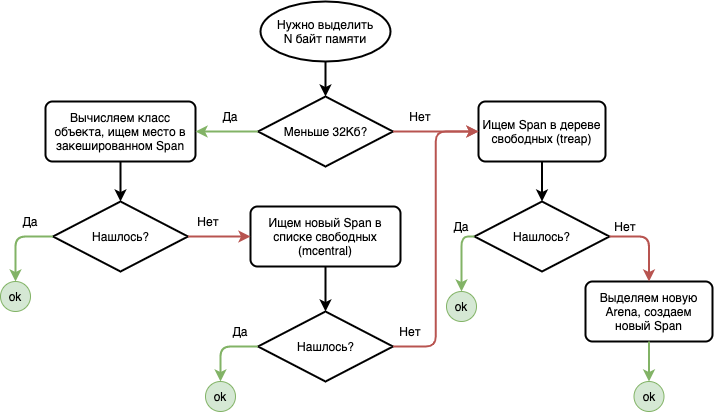
Above: webinars/16-internals-memory-v2/img/alloc_algo.png in OtusGolang/webinars (draw.io), before the change. Source tidied: cells renumbered, new cells last; positions are measured from the earlier drawing's top-left corner, leaving out a move shared by most shapes. Its diagram source:
```xml
<mxGraphModel>
  <root>
    <mxCell id="0" />
    <mxCell id="1" parent="0" />
    <mxCell id="2" value="Нужно выделить&lt;br&gt;N байт памяти" style="strokeWidth=2;html=1;shape=mxgraph.flowchart.start_1;whiteSpace=wrap;" parent="1" vertex="1">
      <mxGeometry x="260" width="130" height="60" as="geometry" />
    </mxCell>
    <mxCell id="3" value="Меньше 32Кб?" style="strokeWidth=2;html=1;shape=mxgraph.flowchart.decision;whiteSpace=wrap;" parent="1" vertex="1">
      <mxGeometry x="257.5" y="95" width="135" height="70" as="geometry" />
    </mxCell>
    <mxCell id="4" value="Ищем Span в дереве свободных (treap)" style="rounded=1;whiteSpace=wrap;html=1;absoluteArcSize=1;arcSize=14;strokeWidth=2;" parent="1" vertex="1">
      <mxGeometry x="478" y="100" width="127" height="60" as="geometry" />
    </mxCell>
    <mxCell id="5" value="Нашлось?" style="strokeWidth=2;html=1;shape=mxgraph.flowchart.decision;whiteSpace=wrap;" parent="1" vertex="1">
      <mxGeometry x="474" y="200" width="135" height="70" as="geometry" />
    </mxCell>
    <mxCell id="6" value="Вычисляем класс объекта, ищем место в закешированном Span" style="rounded=1;whiteSpace=wrap;html=1;absoluteArcSize=1;arcSize=14;strokeWidth=2;" parent="1" vertex="1">
      <mxGeometry x="45" y="100" width="150" height="60" as="geometry" />
    </mxCell>
    <mxCell id="7" value="Нашлось?" style="strokeWidth=2;html=1;shape=mxgraph.flowchart.decision;whiteSpace=wrap;" parent="1" vertex="1">
      <mxGeometry x="52.5" y="200" width="135" height="70" as="geometry" />
    </mxCell>
    <mxCell id="8" value="Ищем новый Span в списке свободных (mcentral)" style="rounded=1;whiteSpace=wrap;html=1;absoluteArcSize=1;arcSize=14;strokeWidth=2;" parent="1" vertex="1">
      <mxGeometry x="250" y="205" width="150" height="60" as="geometry" />
    </mxCell>
    <mxCell id="9" value="Нашлось?" style="strokeWidth=2;html=1;shape=mxgraph.flowchart.decision;whiteSpace=wrap;" parent="1" vertex="1">
      <mxGeometry x="257.5" y="310" width="135" height="70" as="geometry" />
    </mxCell>
    <mxCell id="10" value="Выделяем новую Arena, создаем&lt;br&gt;новый Span" style="rounded=1;whiteSpace=wrap;html=1;absoluteArcSize=1;arcSize=14;strokeWidth=2;" parent="1" vertex="1">
      <mxGeometry x="585" y="280" width="127" height="60" as="geometry" />
    </mxCell>
    <mxCell id="11" style="endArrow=classic;html=1;entryX=0.5;entryY=0;entryDx=0;entryDy=0;entryPerimeter=0;exitX=0.5;exitY=1;exitDx=0;exitDy=0;exitPerimeter=0;strokeWidth=2;" parent="1" edge="1" source="2" target="3">
      <mxGeometry relative="1" as="geometry" />
    </mxCell>
    <mxCell id="12" style="endArrow=classic;html=1;entryX=0;entryY=0.5;entryDx=0;entryDy=0;exitX=1;exitY=0.5;exitDx=0;exitDy=0;exitPerimeter=0;strokeWidth=2;fillColor=#f8cecc;strokeColor=#b85450;" parent="1" edge="1" source="3" target="4">
      <mxGeometry relative="1" as="geometry" />
    </mxCell>
    <mxCell id="13" style="endArrow=classic;html=1;entryX=1;entryY=0.5;entryDx=0;entryDy=0;exitX=0;exitY=0.5;exitDx=0;exitDy=0;exitPerimeter=0;strokeWidth=2;fillColor=#d5e8d4;strokeColor=#82b366;" parent="1" edge="1" source="3" target="6">
      <mxGeometry relative="1" as="geometry" />
    </mxCell>
    <mxCell id="14" style="endArrow=classic;html=1;exitX=0.5;exitY=1;exitDx=0;exitDy=0;entryX=0.5;entryY=0;entryDx=0;entryDy=0;entryPerimeter=0;strokeWidth=2;" parent="1" edge="1" source="6" target="7">
      <mxGeometry relative="1" as="geometry" />
    </mxCell>
    <mxCell id="15" style="endArrow=classic;html=1;exitX=0.5;exitY=1;exitDx=0;exitDy=0;entryX=0.5;entryY=0;entryDx=0;entryDy=0;entryPerimeter=0;strokeWidth=2;" parent="1" edge="1" source="4" target="5">
      <mxGeometry relative="1" as="geometry" />
    </mxCell>
    <mxCell id="16" style="endArrow=classic;html=1;exitX=0.5;exitY=1;exitDx=0;exitDy=0;entryX=0.5;entryY=0;entryDx=0;entryDy=0;entryPerimeter=0;strokeWidth=2;" parent="1" edge="1" source="8" target="9">
      <mxGeometry relative="1" as="geometry" />
    </mxCell>
    <mxCell id="17" style="endArrow=classic;html=1;entryX=0;entryY=0.5;entryDx=0;entryDy=0;exitX=1;exitY=0.5;exitDx=0;exitDy=0;exitPerimeter=0;strokeWidth=2;fillColor=#f8cecc;strokeColor=#b85450;" parent="1" edge="1" source="7" target="8">
      <mxGeometry relative="1" as="geometry" />
    </mxCell>
    <mxCell id="18" style="endArrow=classic;html=1;entryX=0;entryY=0.5;entryDx=0;entryDy=0;exitX=1;exitY=0.5;exitDx=0;exitDy=0;exitPerimeter=0;edgeStyle=orthogonalEdgeStyle;strokeWidth=2;fillColor=#f8cecc;strokeColor=#b85450;" parent="1" edge="1" source="9" target="4">
      <mxGeometry relative="1" as="geometry" />
    </mxCell>
    <mxCell id="19" style="endArrow=classic;html=1;exitX=1;exitY=0.5;exitDx=0;exitDy=0;exitPerimeter=0;entryX=0.5;entryY=0;entryDx=0;entryDy=0;edgeStyle=orthogonalEdgeStyle;strokeWidth=2;fillColor=#f8cecc;strokeColor=#b85450;" parent="1" edge="1" source="5" target="10">
      <mxGeometry relative="1" as="geometry" />
    </mxCell>
    <mxCell id="20" value="ok" style="ellipse;whiteSpace=wrap;html=1;fillColor=#d5e8d4;strokeColor=#82b366;" parent="1" vertex="1">
      <mxGeometry y="280" width="30" height="30" as="geometry" />
    </mxCell>
    <mxCell id="21" style="endArrow=classic;html=1;exitX=0;exitY=0.5;exitDx=0;exitDy=0;exitPerimeter=0;entryX=0.5;entryY=0;entryDx=0;entryDy=0;edgeStyle=orthogonalEdgeStyle;strokeWidth=2;fillColor=#d5e8d4;strokeColor=#82b366;" parent="1" edge="1" source="7" target="20">
      <mxGeometry relative="1" as="geometry" />
    </mxCell>
    <mxCell id="22" value="ok" style="ellipse;whiteSpace=wrap;html=1;fillColor=#d5e8d4;strokeColor=#82b366;" parent="1" vertex="1">
      <mxGeometry x="205" y="380" width="30" height="30" as="geometry" />
    </mxCell>
    <mxCell id="23" style="endArrow=classic;html=1;exitX=0;exitY=0.5;exitDx=0;exitDy=0;exitPerimeter=0;entryX=0.5;entryY=0;entryDx=0;entryDy=0;edgeStyle=orthogonalEdgeStyle;strokeWidth=2;fillColor=#d5e8d4;strokeColor=#82b366;" parent="1" edge="1" source="9" target="22">
      <mxGeometry relative="1" as="geometry" />
    </mxCell>
    <mxCell id="24" value="ok" style="ellipse;whiteSpace=wrap;html=1;fillColor=#d5e8d4;strokeColor=#82b366;" parent="1" vertex="1">
      <mxGeometry x="446" y="290" width="30" height="30" as="geometry" />
    </mxCell>
    <mxCell id="25" style="endArrow=classic;html=1;entryX=0.5;entryY=0;entryDx=0;entryDy=0;exitX=0;exitY=0.5;exitDx=0;exitDy=0;exitPerimeter=0;strokeWidth=2;fillColor=#d5e8d4;strokeColor=#82b366;" parent="1" edge="1" source="5" target="24">
      <mxGeometry relative="1" as="geometry">
        <Array as="points">
          <mxPoint x="461" y="235" />
        </Array>
      </mxGeometry>
    </mxCell>
    <mxCell id="26" value="ok" style="ellipse;whiteSpace=wrap;html=1;fillColor=#d5e8d4;strokeColor=#82b366;" parent="1" vertex="1">
      <mxGeometry x="633.5" y="380" width="30" height="30" as="geometry" />
    </mxCell>
    <mxCell id="27" style="endArrow=classic;html=1;entryX=0.5;entryY=0;entryDx=0;entryDy=0;exitX=0.5;exitY=1;exitDx=0;exitDy=0;strokeWidth=2;fillColor=#d5e8d4;strokeColor=#82b366;" parent="1" edge="1" source="10" target="26">
      <mxGeometry relative="1" as="geometry" />
    </mxCell>
    <mxCell id="28" value="Да" style="text;html=1;strokeColor=none;fillColor=none;align=center;verticalAlign=middle;whiteSpace=wrap;rounded=0;" parent="1" vertex="1">
      <mxGeometry x="210" y="105" width="40" height="20" as="geometry" />
    </mxCell>
    <mxCell id="29" value="Да" style="text;html=1;strokeColor=none;fillColor=none;align=center;verticalAlign=middle;whiteSpace=wrap;rounded=0;" parent="1" vertex="1">
      <mxGeometry x="10" y="210" width="40" height="20" as="geometry" />
    </mxCell>
    <mxCell id="30" value="Да" style="text;html=1;strokeColor=none;fillColor=none;align=center;verticalAlign=middle;whiteSpace=wrap;rounded=0;" parent="1" vertex="1">
      <mxGeometry x="220" y="320" width="40" height="20" as="geometry" />
    </mxCell>
    <mxCell id="31" value="Да" style="text;html=1;strokeColor=none;fillColor=none;align=center;verticalAlign=middle;whiteSpace=wrap;rounded=0;" parent="1" vertex="1">
      <mxGeometry x="441" y="215" width="40" height="20" as="geometry" />
    </mxCell>
    <mxCell id="32" value="Нет" style="text;html=1;strokeColor=none;fillColor=none;align=center;verticalAlign=middle;whiteSpace=wrap;rounded=0;" parent="1" vertex="1">
      <mxGeometry x="187.5" y="210" width="40" height="20" as="geometry" />
    </mxCell>
    <mxCell id="33" value="Нет" style="text;html=1;strokeColor=none;fillColor=none;align=center;verticalAlign=middle;whiteSpace=wrap;rounded=0;" parent="1" vertex="1">
      <mxGeometry x="390" y="320" width="40" height="20" as="geometry" />
    </mxCell>
    <mxCell id="34" value="Нет" style="text;html=1;strokeColor=none;fillColor=none;align=center;verticalAlign=middle;whiteSpace=wrap;rounded=0;" parent="1" vertex="1">
      <mxGeometry x="400" y="105" width="40" height="20" as="geometry" />
    </mxCell>
    <mxCell id="35" value="Нет" style="text;html=1;strokeColor=none;fillColor=none;align=center;verticalAlign=middle;whiteSpace=wrap;rounded=0;" parent="1" vertex="1">
      <mxGeometry x="605" y="215" width="40" height="20" as="geometry" />
    </mxCell>
  </root>
</mxGraphModel>
```
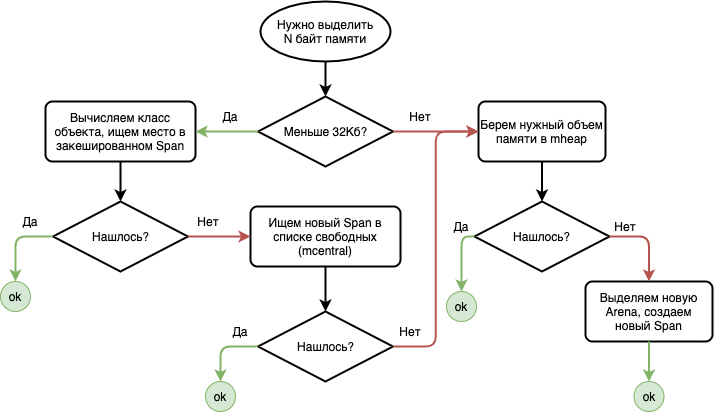
The same file after the commit.

Diff of the diagram source:
```diff
@@ -8,7 +8,7 @@
     <mxCell id="3" value="Меньше 32Кб?" style="strokeWidth=2;html=1;shape=mxgraph.flowchart.decision;whiteSpace=wrap;" parent="1" vertex="1">
       <mxGeometry x="257.5" y="95" width="135" height="70" as="geometry" />
     </mxCell>
-    <mxCell id="4" value="Ищем Span в дереве свободных (treap)" style="rounded=1;whiteSpace=wrap;html=1;absoluteArcSize=1;arcSize=14;strokeWidth=2;" parent="1" vertex="1">
+    <mxCell id="4" value="Берем нужный объем памяти в mheap" style="rounded=1;whiteSpace=wrap;html=1;absoluteArcSize=1;arcSize=14;strokeWidth=2;" parent="1" vertex="1">
       <mxGeometry x="478" y="100" width="127" height="60" as="geometry" />
     </mxCell>
     <mxCell id="5" value="Нашлось?" style="strokeWidth=2;html=1;shape=mxgraph.flowchart.decision;whiteSpace=wrap;" parent="1" vertex="1">
```
